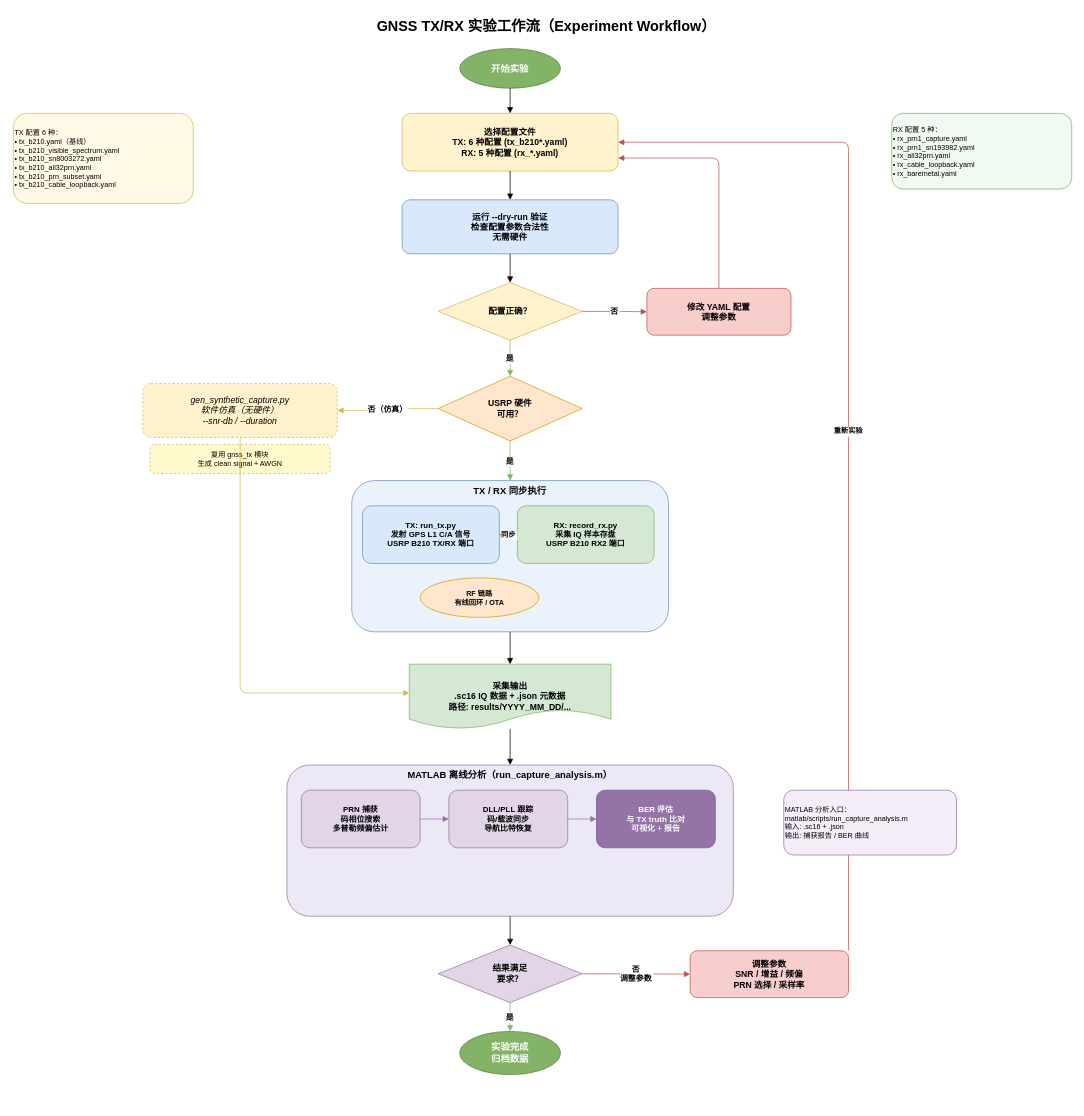
The draw.io diagram docs/diagrams/experiment_workflow.drawio in SHENAO1/GNSS_RX, before the edit. Source tidied: cells renumbered, new cells numbered last; positions are measured from the earlier drawing's top-left corner, leaving out a move shared by most shapes. Both pictures are drawn from the tidied source at 72%, with x=0, y=0 at pixel (13, 12).
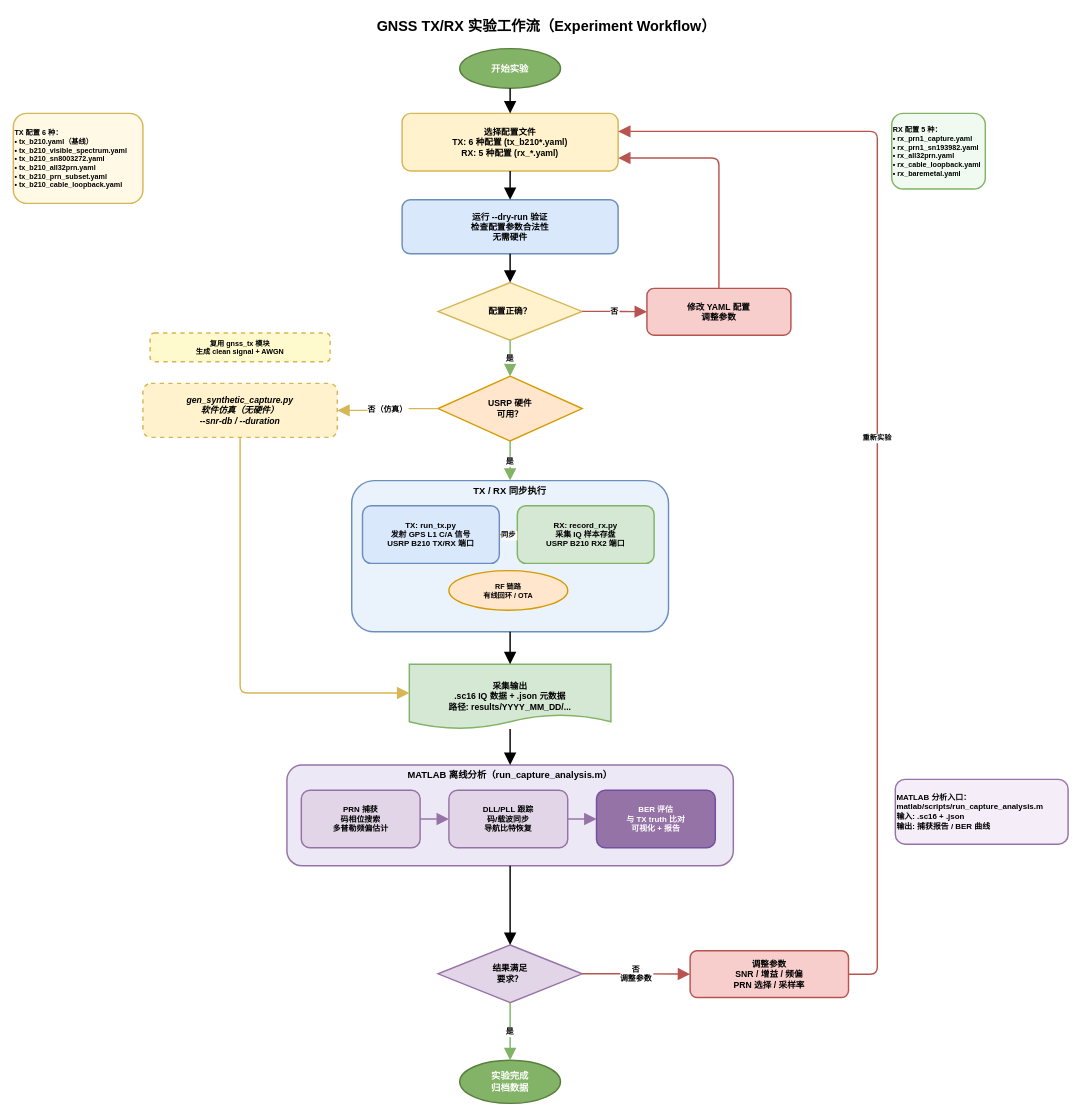
The same diagram, later.

Commit message (it also covers changes not shown here):
docs: update diagrams and README for MATLAB and architecture

The edit, as a diff of the source:
```diff
@@
-    <mxCell id="3" value="开始实验" style="ellipse;whiteSpace=wrap;html=1;fillColor=#82B366;strokeColor=#5A8040;fontColor=#ffffff;fontStyle=1;fontSize=13;" parent="1" vertex="1">
+    <mxCell id="3" value="开始实验" style="ellipse;whiteSpace=wrap;html=1;fillColor=#82B366;strokeColor=#5A8040;strokeWidth=2;fontColor=#ffffff;fontStyle=1;fontSize=13;" parent="1" vertex="1">
       <mxGeometry x="620" y="50" width="140" height="55" as="geometry" />
     </mxCell>
-    <mxCell id="4" value="选择配置文件&#10;TX: 6 种配置 (tx_b210*.yaml)&#10;RX: 5 种配置 (rx_*.yaml)" style="rounded=1;whiteSpace=wrap;html=1;fillColor=#FFF2CC;strokeColor=#D6B656;fontStyle=1;fontSize=12;" parent="1" vertex="1">
+    <mxCell id="4" value="选择配置文件&#10;TX: 6 种配置 (tx_b210*.yaml)&#10;RX: 5 种配置 (rx_*.yaml)" style="rounded=1;whiteSpace=wrap;html=1;fillColor=#FFF2CC;strokeColor=#D6B656;strokeWidth=2;fontStyle=1;fontSize=12;" parent="1" vertex="1">
       <mxGeometry x="540" y="140" width="300" height="80" as="geometry" />
     </mxCell>
-    <mxCell id="5" value="运行 --dry-run 验证&#10;检查配置参数合法性&#10;无需硬件" style="rounded=1;whiteSpace=wrap;html=1;fillColor=#DAE8FC;strokeColor=#6C8EBF;fontStyle=1;fontSize=12;" parent="1" vertex="1">
+    <mxCell id="5" value="运行 --dry-run 验证&#10;检查配置参数合法性&#10;无需硬件" style="rounded=1;whiteSpace=wrap;html=1;fillColor=#DAE8FC;strokeColor=#6C8EBF;strokeWidth=2;fontStyle=1;fontSize=12;" parent="1" vertex="1">
       <mxGeometry x="540" y="260" width="300" height="75" as="geometry" />
     </mxCell>
-    <mxCell id="6" value="配置正确？" style="rhombus;whiteSpace=wrap;html=1;fillColor=#FFF2CC;strokeColor=#D6B656;fontStyle=1;fontSize=12;" parent="1" vertex="1">
+    <mxCell id="6" value="配置正确？" style="rhombus;whiteSpace=wrap;html=1;fillColor=#FFF2CC;strokeColor=#D6B656;strokeWidth=2;fontStyle=1;fontSize=12;" parent="1" vertex="1">
       <mxGeometry x="590" y="375" width="200" height="80" as="geometry" />
     </mxCell>
-    <mxCell id="7" value="修改 YAML 配置&#10;调整参数" style="rounded=1;whiteSpace=wrap;html=1;fillColor=#F8CECC;strokeColor=#B85450;fontStyle=1;fontSize=12;" parent="1" vertex="1">
+    <mxCell id="7" value="修改 YAML 配置&#10;调整参数" style="rounded=1;whiteSpace=wrap;html=1;fillColor=#F8CECC;strokeColor=#B85450;strokeWidth=2;fontStyle=1;fontSize=12;" parent="1" vertex="1">
       <mxGeometry x="880" y="383" width="200" height="65" as="geometry" />
     </mxCell>
-    <mxCell id="8" value="USRP 硬件&#10;可用？" style="rhombus;whiteSpace=wrap;html=1;fillColor=#FFE6CC;strokeColor=#D79B00;fontStyle=1;fontSize=12;" parent="1" vertex="1">
+    <mxCell id="8" value="USRP 硬件&#10;可用？" style="rhombus;whiteSpace=wrap;html=1;fillColor=#FFE6CC;strokeColor=#D79B00;strokeWidth=2;fontStyle=1;fontSize=12;" parent="1" vertex="1">
       <mxGeometry x="590" y="505" width="200" height="90" as="geometry" />
     </mxCell>
-    <mxCell id="9" value="gen_synthetic_capture.py&#10;软件仿真（无硬件）&#10;--snr-db / --duration" style="rounded=1;whiteSpace=wrap;html=1;fillColor=#FFF2CC;strokeColor=#D6B656;dashed=1;fontStyle=2;fontSize=12;" parent="1" vertex="1">
+    <mxCell id="9" value="gen_synthetic_capture.py&#10;软件仿真（无硬件）&#10;--snr-db / --duration" style="rounded=1;whiteSpace=wrap;html=1;fillColor=#FFF2CC;strokeColor=#D6B656;strokeWidth=2;dashed=1;fontStyle=3;fontSize=12;" parent="1" vertex="1">
       <mxGeometry x="180" y="515" width="270" height="75" as="geometry" />
     </mxCell>
-    <mxCell id="10" value="复用 gnss_tx 模块&#10;生成 clean signal + AWGN" style="rounded=1;whiteSpace=wrap;html=1;fillColor=#FFFACD;strokeColor=#D6B656;fontSize=10;dashed=1;" parent="1" vertex="1">
-      <mxGeometry x="190" y="600" width="250" height="40" as="geometry" />
+    <mxCell id="10" value="复用 gnss_tx 模块&#10;生成 clean signal + AWGN" style="rounded=1;whiteSpace=wrap;html=1;fillColor=#FFFACD;strokeColor=#D6B656;strokeWidth=2;fontSize=10;dashed=1;fontStyle=1;" parent="1" vertex="1">
+      <mxGeometry x="190" y="445" width="250" height="40" as="geometry" />
     </mxCell>
-    <mxCell id="11" value="TX / RX 同步执行" style="rounded=1;whiteSpace=wrap;html=1;fillColor=#EAF3FB;strokeColor=#6C8EBF;fontStyle=1;fontSize=13;verticalAlign=top;" parent="1" vertex="1">
+    <mxCell id="11" value="TX / RX 同步执行" style="rounded=1;whiteSpace=wrap;html=1;fillColor=#EAF3FB;strokeColor=#6C8EBF;strokeWidth=2;fontStyle=1;fontSize=13;verticalAlign=top;" parent="1" vertex="1">
       <mxGeometry x="470" y="650" width="440" height="210" as="geometry" />
     </mxCell>
-    <mxCell id="12" value="TX: run_tx.py&#10;发射 GPS L1 C/A 信号&#10;USRP B210 TX/RX 端口" style="rounded=1;whiteSpace=wrap;html=1;fillColor=#DAE8FC;strokeColor=#6C8EBF;fontStyle=1;fontSize=11;" parent="1" vertex="1">
+    <mxCell id="12" value="TX: run_tx.py&#10;发射 GPS L1 C/A 信号&#10;USRP B210 TX/RX 端口" style="rounded=1;whiteSpace=wrap;html=1;fillColor=#DAE8FC;strokeColor=#6C8EBF;strokeWidth=2;fontStyle=1;fontSize=11;" parent="1" vertex="1">
       <mxGeometry x="485" y="685" width="190" height="80" as="geometry" />
     </mxCell>
-    <mxCell id="13" value="RX: record_rx.py&#10;采集 IQ 样本存盘&#10;USRP B210 RX2 端口" style="rounded=1;whiteSpace=wrap;html=1;fillColor=#D5E8D4;strokeColor=#82B366;fontStyle=1;fontSize=11;" parent="1" vertex="1">
+    <mxCell id="13" value="RX: record_rx.py&#10;采集 IQ 样本存盘&#10;USRP B210 RX2 端口" style="rounded=1;whiteSpace=wrap;html=1;fillColor=#D5E8D4;strokeColor=#82B366;strokeWidth=2;fontStyle=1;fontSize=11;" parent="1" vertex="1">
       <mxGeometry x="700" y="685" width="190" height="80" as="geometry" />
     </mxCell>
-    <mxCell id="14" value="RF 链路&#10;有线回环 / OTA" style="ellipse;whiteSpace=wrap;html=1;fillColor=#FFE6CC;strokeColor=#D79B00;fontStyle=1;fontSize=10;" parent="1" vertex="1">
-      <mxGeometry x="565" y="785" width="165" height="55" as="geometry" />
+    <mxCell id="14" value="RF 链路&#10;有线回环 / OTA" style="ellipse;whiteSpace=wrap;html=1;fillColor=#FFE6CC;strokeColor=#D79B00;strokeWidth=2;fontStyle=1;fontSize=10;" parent="1" vertex="1">
+      <mxGeometry x="605" y="775" width="165" height="55" as="geometry" />
     </mxCell>
-    <mxCell id="15" value="采集输出&#10;.sc16 IQ 数据 + .json 元数据&#10;路径: results/YYYY_MM_DD/..." style="shape=document;whiteSpace=wrap;html=1;fillColor=#D5E8D4;strokeColor=#82B366;fontStyle=1;fontSize=12;" parent="1" vertex="1">
+    <mxCell id="15" value="采集输出&#10;.sc16 IQ 数据 + .json 元数据&#10;路径: results/YYYY_MM_DD/..." style="shape=document;whiteSpace=wrap;html=1;fillColor=#D5E8D4;strokeColor=#82B366;strokeWidth=2;fontStyle=1;fontSize=12;size=0.2222222222222222;" parent="1" vertex="1">
       <mxGeometry x="550" y="905" width="280" height="90" as="geometry" />
     </mxCell>
-    <mxCell id="16" value="MATLAB 离线分析（run_capture_analysis.m）" style="rounded=1;whiteSpace=wrap;html=1;fillColor=#EDE8F5;strokeColor=#9673A6;fontStyle=1;fontSize=13;verticalAlign=top;" parent="1" vertex="1">
-      <mxGeometry x="380" y="1045" width="620" height="210" as="geometry" />
+    <mxCell id="16" value="MATLAB 离线分析（run_capture_analysis.m）" style="rounded=1;whiteSpace=wrap;html=1;fillColor=#EDE8F5;strokeColor=#9673A6;strokeWidth=2;fontStyle=1;fontSize=13;verticalAlign=top;" parent="1" vertex="1">
+      <mxGeometry x="380" y="1045" width="620" height="140" as="geometry" />
     </mxCell>
-    <mxCell id="17" value="PRN 捕获&#10;码相位搜索&#10;多普勒频偏估计" style="rounded=1;whiteSpace=wrap;html=1;fillColor=#E1D5E7;strokeColor=#9673A6;fontStyle=1;fontSize=11;" parent="1" vertex="1">
+    <mxCell id="17" value="PRN 捕获&#10;码相位搜索&#10;多普勒频偏估计" style="rounded=1;whiteSpace=wrap;html=1;fillColor=#E1D5E7;strokeColor=#9673A6;strokeWidth=2;fontStyle=1;fontSize=11;" parent="1" vertex="1">
       <mxGeometry x="400" y="1080" width="165" height="80" as="geometry" />
     </mxCell>
-    <mxCell id="18" value="DLL/PLL 跟踪&#10;码/载波同步&#10;导航比特恢复" style="rounded=1;whiteSpace=wrap;html=1;fillColor=#E1D5E7;strokeColor=#9673A6;fontStyle=1;fontSize=11;" parent="1" vertex="1">
+    <mxCell id="18" value="DLL/PLL 跟踪&#10;码/载波同步&#10;导航比特恢复" style="rounded=1;whiteSpace=wrap;html=1;fillColor=#E1D5E7;strokeColor=#9673A6;strokeWidth=2;fontStyle=1;fontSize=11;" parent="1" vertex="1">
       <mxGeometry x="605" y="1080" width="165" height="80" as="geometry" />
     </mxCell>
-    <mxCell id="19" value="BER 评估&#10;与 TX truth 比对&#10;可视化 + 报告" style="rounded=1;whiteSpace=wrap;html=1;fillColor=#9673A6;strokeColor=#7050A0;fontColor=#ffffff;fontStyle=1;fontSize=11;" parent="1" vertex="1">
+    <mxCell id="19" value="BER 评估&#10;与 TX truth 比对&#10;可视化 + 报告" style="rounded=1;whiteSpace=wrap;html=1;fillColor=#9673A6;strokeColor=#7050A0;strokeWidth=2;fontColor=#ffffff;fontStyle=1;fontSize=11;" parent="1" vertex="1">
       <mxGeometry x="810" y="1080" width="165" height="80" as="geometry" />
     </mxCell>
-    <mxCell id="20" value="结果满足&#10;要求？" style="rhombus;whiteSpace=wrap;html=1;fillColor=#E1D5E7;strokeColor=#9673A6;fontStyle=1;fontSize=12;" parent="1" vertex="1">
+    <mxCell id="20" value="结果满足&#10;要求？" style="rhombus;whiteSpace=wrap;html=1;fillColor=#E1D5E7;strokeColor=#9673A6;strokeWidth=2;fontStyle=1;fontSize=12;" parent="1" vertex="1">
       <mxGeometry x="590" y="1295" width="200" height="80" as="geometry" />
     </mxCell>
-    <mxCell id="21" value="调整参数&#10;SNR / 增益 / 频偏&#10;PRN 选择 / 采样率" style="rounded=1;whiteSpace=wrap;html=1;fillColor=#F8CECC;strokeColor=#B85450;fontStyle=1;fontSize=12;" parent="1" vertex="1">
+    <mxCell id="21" value="调整参数&#10;SNR / 增益 / 频偏&#10;PRN 选择 / 采样率" style="rounded=1;whiteSpace=wrap;html=1;fillColor=#F8CECC;strokeColor=#B85450;strokeWidth=2;fontStyle=1;fontSize=12;" parent="1" vertex="1">
       <mxGeometry x="940" y="1303" width="220" height="65" as="geometry" />
     </mxCell>
-    <mxCell id="22" value="实验完成&#10;归档数据" style="ellipse;whiteSpace=wrap;html=1;fillColor=#82B366;strokeColor=#5A8040;fontColor=#ffffff;fontStyle=1;fontSize=13;" parent="1" vertex="1">
-      <mxGeometry x="620" y="1415" width="140" height="60" as="geometry" />
+    <mxCell id="22" value="实验完成&#10;归档数据" style="ellipse;whiteSpace=wrap;html=1;fillColor=#82B366;strokeColor=#5A8040;strokeWidth=2;fontColor=#ffffff;fontStyle=1;fontSize=13;" parent="1" vertex="1">
+      <mxGeometry x="620" y="1455" width="140" height="60" as="geometry" />
     </mxCell>
-    <mxCell id="23" style="edgeStyle=orthogonalEdgeStyle;endArrow=block;endFill=1;" parent="1" edge="1" source="3" target="4">
+    <mxCell id="23" style="edgeStyle=orthogonalEdgeStyle;endArrow=block;endFill=1;strokeWidth=2;endSize=12;" parent="1" edge="1" source="3" target="4">
       <mxGeometry relative="1" as="geometry" />
     </mxCell>
-    <mxCell id="24" style="edgeStyle=orthogonalEdgeStyle;endArrow=block;endFill=1;" parent="1" edge="1" source="4" target="5">
+    <mxCell id="24" style="edgeStyle=orthogonalEdgeStyle;endArrow=block;endFill=1;strokeWidth=2;endSize=12;" parent="1" edge="1" source="4" target="5">
       <mxGeometry relative="1" as="geometry" />
     </mxCell>
-    <mxCell id="25" style="edgeStyle=orthogonalEdgeStyle;endArrow=block;endFill=1;" parent="1" edge="1" source="5" target="6">
+    <mxCell id="25" style="edgeStyle=orthogonalEdgeStyle;endArrow=block;endFill=1;strokeWidth=2;endSize=12;" parent="1" edge="1" source="5" target="6">
       <mxGeometry relative="1" as="geometry" />
     </mxCell>
-    <mxCell id="26" value="否" style="edgeStyle=orthogonalEdgeStyle;endArrow=block;endFill=1;strokeColor=#B85450;fontStyle=1;" parent="1" edge="1" source="6" target="7">
+    <mxCell id="26" value="否" style="edgeStyle=orthogonalEdgeStyle;endArrow=block;endFill=1;strokeColor=#B85450;strokeWidth=2;endSize=12;fontStyle=1;" parent="1" edge="1" source="6" target="7">
       <mxGeometry relative="1" as="geometry" />
     </mxCell>
-    <mxCell id="27" style="edgeStyle=orthogonalEdgeStyle;endArrow=block;endFill=1;strokeColor=#B85450;" parent="1" edge="1" source="7" target="4">
+    <mxCell id="27" style="edgeStyle=orthogonalEdgeStyle;endArrow=block;endFill=1;strokeColor=#B85450;strokeWidth=2;endSize=12;" parent="1" edge="1" source="7" target="4">
       <mxGeometry relative="1" as="geometry">
         <Array as="points">
           <mxPoint x="980" y="202" />
           <mxPoint x="690" y="202" />
         </Array>
       </mxGeometry>
     </mxCell>
-    <mxCell id="28" value="是" style="edgeStyle=orthogonalEdgeStyle;endArrow=block;endFill=1;strokeColor=#82B366;fontStyle=1;" parent="1" edge="1" source="6" target="8">
+    <mxCell id="28" value="是" style="edgeStyle=orthogonalEdgeStyle;endArrow=block;endFill=1;strokeColor=#82B366;strokeWidth=2;endSize=12;fontStyle=1;" parent="1" edge="1" source="6" target="8">
       <mxGeometry relative="1" as="geometry" />
     </mxCell>
-    <mxCell id="29" value="否（仿真）" style="edgeStyle=orthogonalEdgeStyle;endArrow=block;endFill=1;strokeColor=#D6B656;fontStyle=1;" parent="1" edge="1" source="8" target="9">
+    <mxCell id="29" value="否（仿真）" style="edgeStyle=orthogonalEdgeStyle;endArrow=block;endFill=1;strokeColor=#D6B656;strokeWidth=2;endSize=12;fontStyle=1;" parent="1" edge="1" source="8" target="9">
       <mxGeometry relative="1" as="geometry" />
     </mxCell>
-    <mxCell id="30" style="edgeStyle=orthogonalEdgeStyle;endArrow=block;endFill=1;strokeColor=#D6B656;" parent="1" edge="1" source="9" target="15">
+    <mxCell id="30" style="edgeStyle=orthogonalEdgeStyle;endArrow=block;endFill=1;strokeColor=#D6B656;strokeWidth=2;endSize=12;" parent="1" edge="1" source="9" target="15">
       <mxGeometry relative="1" as="geometry">
         <Array as="points">
           <mxPoint x="315" y="945" />
           <mxPoint x="550" y="945" />
         </Array>
       </mxGeometry>
     </mxCell>
-    <mxCell id="31" value="是" style="edgeStyle=orthogonalEdgeStyle;endArrow=block;endFill=1;strokeColor=#82B366;fontStyle=1;" parent="1" edge="1" source="8" target="11">
+    <mxCell id="31" value="是" style="edgeStyle=orthogonalEdgeStyle;endArrow=block;endFill=1;strokeColor=#82B366;strokeWidth=2;endSize=12;fontStyle=1;" parent="1" edge="1" source="8" target="11">
       <mxGeometry relative="1" as="geometry" />
     </mxCell>
-    <mxCell id="32" style="edgeStyle=orthogonalEdgeStyle;endArrow=block;endFill=1;" parent="1" edge="1" source="11" target="15">
+    <mxCell id="32" style="edgeStyle=orthogonalEdgeStyle;endArrow=block;endFill=1;strokeWidth=2;endSize=12;" parent="1" edge="1" source="11" target="15">
       <mxGeometry relative="1" as="geometry" />
     </mxCell>
-    <mxCell id="33" style="edgeStyle=orthogonalEdgeStyle;endArrow=block;endFill=1;" parent="1" edge="1" source="15" target="16">
+    <mxCell id="33" style="edgeStyle=orthogonalEdgeStyle;endArrow=block;endFill=1;strokeWidth=2;endSize=12;" parent="1" edge="1" source="15" target="16">
       <mxGeometry relative="1" as="geometry" />
     </mxCell>
-    <mxCell id="34" style="edgeStyle=orthogonalEdgeStyle;endArrow=block;endFill=1;strokeColor=#9673A6;" parent="1" edge="1" source="17" target="18">
+    <mxCell id="34" style="edgeStyle=orthogonalEdgeStyle;endArrow=block;endFill=1;strokeColor=#9673A6;strokeWidth=2;endSize=12;" parent="1" edge="1" source="17" target="18">
       <mxGeometry relative="1" as="geometry" />
     </mxCell>
-    <mxCell id="35" style="edgeStyle=orthogonalEdgeStyle;endArrow=block;endFill=1;strokeColor=#9673A6;" parent="1" edge="1" source="18" target="19">
+    <mxCell id="35" style="edgeStyle=orthogonalEdgeStyle;endArrow=block;endFill=1;strokeColor=#9673A6;strokeWidth=2;endSize=12;" parent="1" edge="1" source="18" target="19">
       <mxGeometry relative="1" as="geometry" />
     </mxCell>
-    <mxCell id="36" style="edgeStyle=orthogonalEdgeStyle;endArrow=block;endFill=1;" parent="1" edge="1" source="16" target="20">
+    <mxCell id="36" style="edgeStyle=orthogonalEdgeStyle;endArrow=block;endFill=1;strokeWidth=2;endSize=12;" parent="1" edge="1" source="16" target="20">
       <mxGeometry relative="1" as="geometry" />
     </mxCell>
-    <mxCell id="37" value="否&#10;调整参数" style="edgeStyle=orthogonalEdgeStyle;endArrow=block;endFill=1;strokeColor=#B85450;fontStyle=1;" parent="1" edge="1" source="20" target="21">
+    <mxCell id="37" value="否&#10;调整参数" style="edgeStyle=orthogonalEdgeStyle;endArrow=block;endFill=1;strokeColor=#B85450;strokeWidth=2;endSize=12;fontStyle=1;" parent="1" edge="1" source="20" target="21">
       <mxGeometry relative="1" as="geometry" />
     </mxCell>
-    <mxCell id="38" value="重新实验" style="edgeStyle=orthogonalEdgeStyle;endArrow=block;endFill=1;strokeColor=#B85450;fontStyle=1;fontSize=10;" parent="1" edge="1" source="21" target="4">
+    <mxCell id="38" value="重新实验" style="edgeStyle=orthogonalEdgeStyle;endArrow=block;endFill=1;strokeColor=#B85450;strokeWidth=2;endSize=12;fontStyle=1;fontSize=10;exitX=1;exitY=0.5;exitDx=0;exitDy=0;" parent="1" edge="1" source="21" target="4">
       <mxGeometry relative="1" as="geometry">
         <Array as="points">
-          <mxPoint x="1160" y="1335" />
-          <mxPoint x="1160" y="180" />
-          <mxPoint x="690" y="180" />
+          <mxPoint x="1200" y="1336" />
+          <mxPoint x="1200" y="165" />
         </Array>
       </mxGeometry>
     </mxCell>
-    <mxCell id="39" value="是" style="edgeStyle=orthogonalEdgeStyle;endArrow=block;endFill=1;strokeColor=#82B366;fontStyle=1;" parent="1" edge="1" source="20" target="22">
+    <mxCell id="39" value="是" style="edgeStyle=orthogonalEdgeStyle;endArrow=block;endFill=1;strokeColor=#82B366;strokeWidth=2;endSize=12;fontStyle=1;" parent="1" edge="1" source="20" target="22">
       <mxGeometry relative="1" as="geometry" />
     </mxCell>
@@
-    <mxCell id="41" value="TX 配置 6 种：&#10;• tx_b210.yaml（基线）&#10;• tx_b210_visible_spectrum.yaml&#10;• tx_b210_sn8003272.yaml&#10;• tx_b210_all32prn.yaml&#10;• tx_b210_prn_subset.yaml&#10;• tx_b210_cable_loopback.yaml" style="rounded=1;whiteSpace=wrap;html=1;fillColor=#FFF9E6;strokeColor=#D6B656;fontSize=10;align=left;" parent="1" vertex="1">
-      <mxGeometry y="140" width="250" height="125" as="geometry" />
+    <mxCell id="41" value="&lt;div style=&quot;&quot;&gt;&lt;span style=&quot;background-color: transparent;&quot;&gt;&lt;b&gt;TX 配置 6 种：&lt;/b&gt;&lt;/span&gt;&lt;/div&gt;&lt;div style=&quot;&quot;&gt;&lt;span style=&quot;background-color: transparent;&quot;&gt;&lt;b&gt;• tx_b210.yaml（基线）&lt;/b&gt;&lt;/span&gt;&lt;/div&gt;&lt;div style=&quot;&quot;&gt;&lt;span style=&quot;background-color: transparent;&quot;&gt;&lt;b&gt;• tx_b210_visible_spectrum.yaml&lt;/b&gt;&lt;/span&gt;&lt;/div&gt;&lt;div style=&quot;&quot;&gt;&lt;span style=&quot;background-color: transparent;&quot;&gt;&lt;b&gt;• tx_b210_sn8003272.yaml&lt;/b&gt;&lt;/span&gt;&lt;/div&gt;&lt;div style=&quot;&quot;&gt;&lt;span style=&quot;background-color: transparent;&quot;&gt;&lt;b&gt;• tx_b210_all32prn.yaml&lt;/b&gt;&lt;/span&gt;&lt;/div&gt;&lt;div style=&quot;&quot;&gt;&lt;span style=&quot;background-color: transparent;&quot;&gt;&lt;b&gt;• tx_b210_prn_subset.yaml&lt;/b&gt;&lt;/span&gt;&lt;/div&gt;&lt;div style=&quot;&quot;&gt;&lt;span style=&quot;background-color: transparent;&quot;&gt;&lt;b&gt;• tx_b210_cable_loopback.yaml&lt;/b&gt;&lt;/span&gt;&lt;/div&gt;" style="rounded=1;whiteSpace=wrap;html=1;fillColor=#FFF9E6;strokeColor=#D6B656;strokeWidth=2;fontSize=10;align=left;" parent="1" vertex="1">
+      <mxGeometry y="140" width="180" height="125" as="geometry" />
     </mxCell>
-    <mxCell id="42" value="RX 配置 5 种：&#10;• rx_prn1_capture.yaml&#10;• rx_prn1_sn193982.yaml&#10;• rx_all32prn.yaml&#10;• rx_cable_loopback.yaml&#10;• rx_baremetal.yaml" style="rounded=1;whiteSpace=wrap;html=1;fillColor=#F0FAF0;strokeColor=#82B366;fontSize=10;align=left;" parent="1" vertex="1">
-      <mxGeometry x="1220" y="140" width="250" height="105" as="geometry" />
+    <mxCell id="42" value="&lt;b&gt;RX 配置 5 种：&lt;br&gt;• rx_prn1_capture.yaml&lt;br&gt;• rx_prn1_sn193982.yaml&lt;br&gt;• rx_all32prn.yaml&lt;br&gt;• rx_cable_loopback.yaml&lt;br&gt;• rx_baremetal.yaml&lt;/b&gt;" style="rounded=1;whiteSpace=wrap;html=1;fillColor=#F0FAF0;strokeColor=#82B366;strokeWidth=2;fontSize=10;align=left;" parent="1" vertex="1">
+      <mxGeometry x="1220" y="140" width="130" height="105" as="geometry" />
     </mxCell>
-    <mxCell id="43" value="MATLAB 分析入口：&#10;matlab/scripts/run_capture_analysis.m&#10;输入: .sc16 + .json&#10;输出: 捕获报告 / BER 曲线" style="rounded=1;whiteSpace=wrap;html=1;fillColor=#F5EEF8;strokeColor=#9673A6;fontSize=10;align=left;" parent="1" vertex="1">
-      <mxGeometry x="1070" y="1080" width="240" height="90" as="geometry" />
+    <mxCell id="43" value="&lt;span&gt;&lt;font style=&quot;font-size: 11px;&quot;&gt;MATLAB 分析入口：&lt;br&gt;matlab/scripts/run_capture_analysis.m&lt;br&gt;输入: .sc16 + .json&lt;br&gt;输出: 捕获报告 / BER 曲线&lt;/font&gt;&lt;/span&gt;" style="rounded=1;whiteSpace=wrap;html=1;fillColor=#F5EEF8;strokeColor=#9673A6;strokeWidth=2;fontSize=10;align=left;fontStyle=1;" parent="1" vertex="1">
+      <mxGeometry x="1225" y="1065" width="240" height="90" as="geometry" />
     </mxCell>
```
